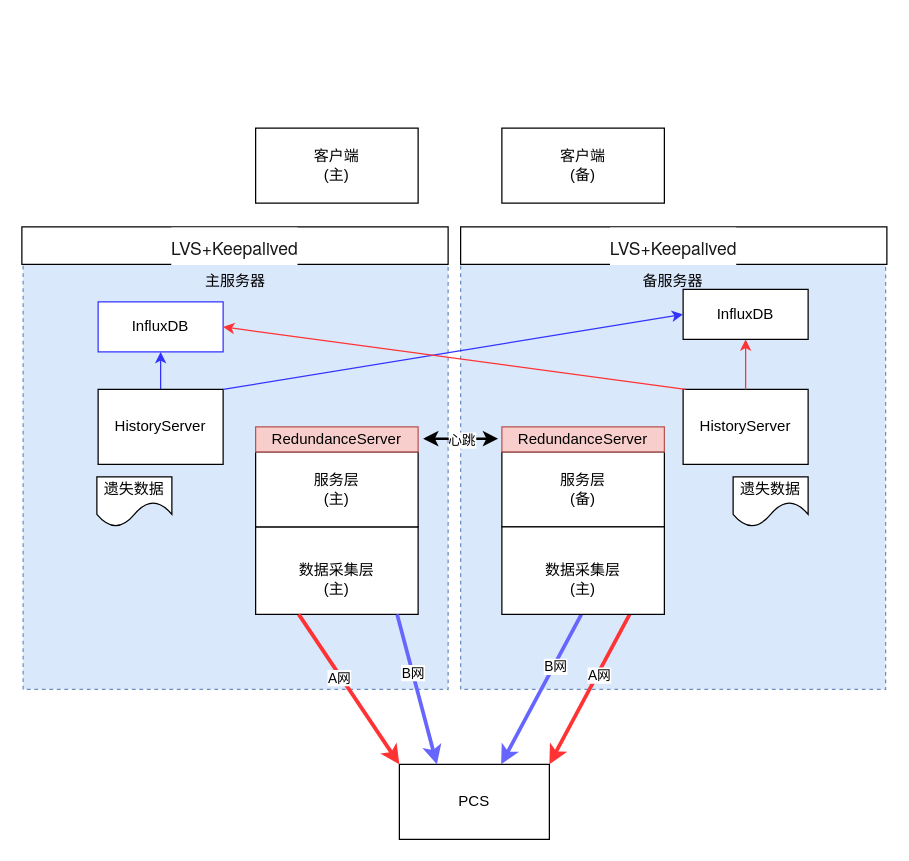
This is 主备服务方案.drawio from fuhui0321/diagram, a draw.io file, before an edit. Source tidied: cells renumbered, new cells numbered last; positions are measured from the earlier drawing's top-left corner, leaving out a move shared by most shapes. Both pictures are drawn from the tidied source at 125%, with x=0, y=0 at pixel (21, 128).
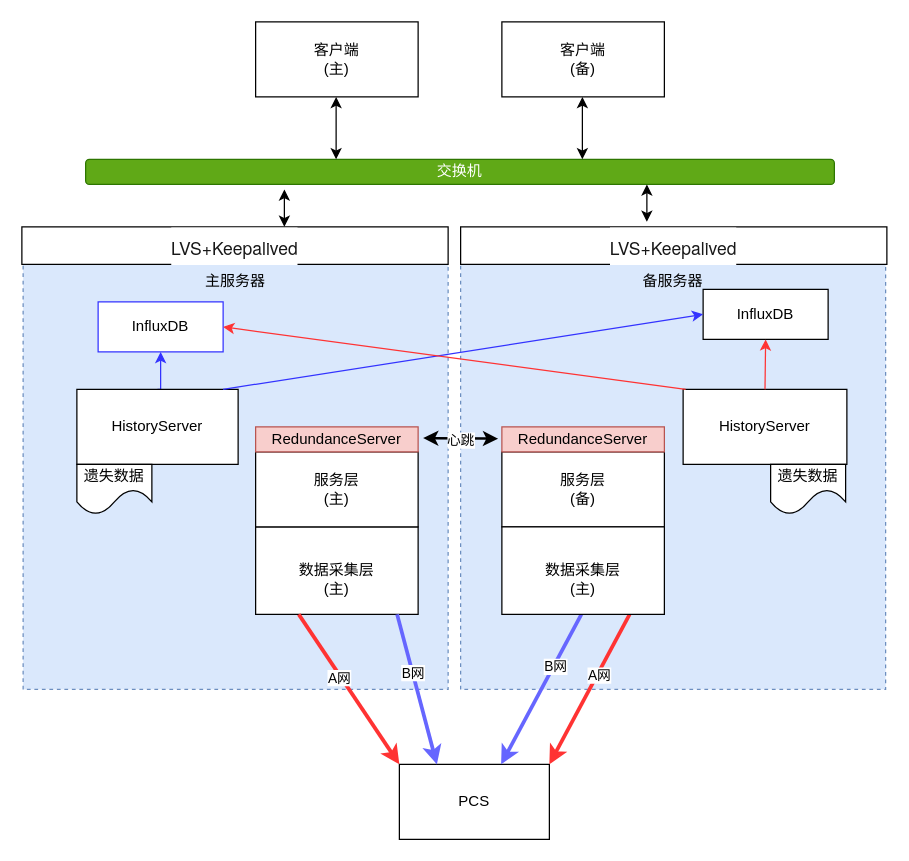
The same page after the edit.

Commit message (it also covers changes not shown here):
更新主备服务方案.drawio

Diff of the diagram source:
```diff
@@
     <mxCell id="18" value="客户端&lt;br&gt;&lt;div&gt;(主)&lt;/div&gt;" style="rounded=0;whiteSpace=wrap;html=1;" parent="1" vertex="1">
-      <mxGeometry x="187" width="130" height="60" as="geometry" />
+      <mxGeometry x="187" y="-85" width="130" height="60" as="geometry" />
     </mxCell>
     <mxCell id="19" value="客户端&lt;br&gt;&lt;div&gt;(备)&lt;/div&gt;" style="rounded=0;whiteSpace=wrap;html=1;" parent="1" vertex="1">
-      <mxGeometry x="384" width="130" height="60" as="geometry" />
+      <mxGeometry x="384" y="-85" width="130" height="60" as="geometry" />
     </mxCell>
@@
     <mxCell id="27" value="HistoryServer" style="rounded=0;whiteSpace=wrap;html=1;" parent="1" vertex="1">
-      <mxGeometry x="61" y="209" width="100" height="60" as="geometry" />
+      <mxGeometry x="44" y="209" width="129" height="60" as="geometry" />
     </mxCell>
     <mxCell id="28" value="InfluxDB" style="rounded=0;whiteSpace=wrap;html=1;" parent="1" vertex="1">
-      <mxGeometry x="529" y="129" width="100" height="40" as="geometry" />
+      <mxGeometry x="545" y="129" width="100" height="40" as="geometry" />
     </mxCell>
     <mxCell id="29" value="HistoryServer" style="rounded=0;whiteSpace=wrap;html=1;" parent="1" vertex="1">
-      <mxGeometry x="529" y="209" width="100" height="60" as="geometry" />
+      <mxGeometry x="529" y="209" width="131" height="60" as="geometry" />
     </mxCell>
@@
     <mxCell id="33" style="endArrow=classic;startArrow=classic;html=1;rounded=0;strokeWidth=2;fontSize=12;" parent="1" edge="1">
       <mxGeometry relative="1" as="geometry">
-        <mxPoint x="321" y="248.4" as="sourcePoint" />
+        <mxPoint x="321" y="248" as="sourcePoint" />
         <mxPoint x="381" y="248.4" as="targetPoint" />
       </mxGeometry>
     </mxCell>
@@
     <mxCell id="35" value="遗失数据" style="shape=document;whiteSpace=wrap;html=1;boundedLbl=1;size=0.5;" parent="1" vertex="1">
-      <mxGeometry x="60" y="279" width="60" height="40" as="geometry" />
+      <mxGeometry x="44" y="269" width="60" height="40" as="geometry" />
     </mxCell>
     <mxCell id="36" value="遗失数据" style="shape=document;whiteSpace=wrap;html=1;boundedLbl=1;size=0.5;" parent="1" vertex="1">
-      <mxGeometry x="569" y="279" width="60" height="40" as="geometry" />
+      <mxGeometry x="599" y="269" width="60" height="40" as="geometry" />
     </mxCell>
+    <mxCell id="37" value="交换机" style="rounded=1;whiteSpace=wrap;html=1;fillColor=#60a917;fontColor=#ffffff;strokeColor=#2D7600;" parent="1" vertex="1">
+      <mxGeometry x="51" y="25" width="599" height="20" as="geometry" />
+    </mxCell>
+    <mxCell id="38" style="endArrow=classic;startArrow=classic;html=1;rounded=0;" parent="1" edge="1">
+      <mxGeometry relative="1" as="geometry">
+        <mxPoint x="251.4" y="25" as="sourcePoint" />
+        <mxPoint x="251.4" y="-25" as="targetPoint" />
+      </mxGeometry>
+    </mxCell>
+    <mxCell id="39" style="endArrow=classic;startArrow=classic;html=1;rounded=0;" parent="1" edge="1">
+      <mxGeometry relative="1" as="geometry">
+        <mxPoint x="448.4" y="25" as="sourcePoint" />
+        <mxPoint x="448.4" y="-25" as="targetPoint" />
+      </mxGeometry>
+    </mxCell>
+    <mxCell id="40" style="endArrow=classic;startArrow=classic;html=1;rounded=0;" parent="1" edge="1">
+      <mxGeometry relative="1" as="geometry">
+        <mxPoint x="500" y="75" as="sourcePoint" />
+        <mxPoint x="500" y="45" as="targetPoint" />
+      </mxGeometry>
+    </mxCell>
+    <mxCell id="41" style="endArrow=classic;startArrow=classic;html=1;rounded=0;" parent="1" edge="1">
+      <mxGeometry relative="1" as="geometry">
+        <mxPoint x="210" y="79" as="sourcePoint" />
+        <mxPoint x="210" y="49" as="targetPoint" />
+      </mxGeometry>
+    </mxCell>
```
